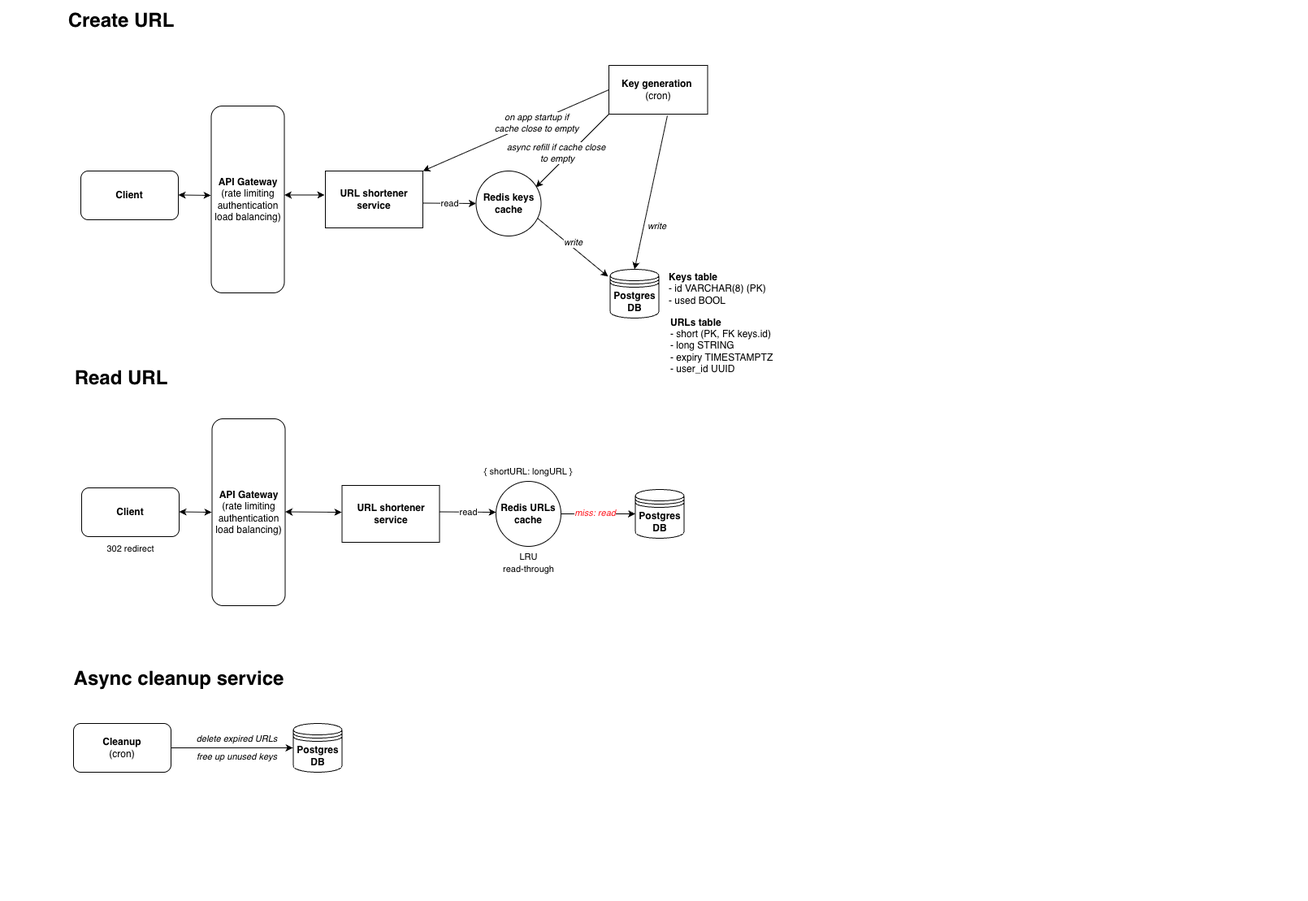
Earlier version of the draw.io export apparchitecture.png (Marie20767/url-shortener). Source tidied: cells renumbered, new cells last; positions are measured from the earlier drawing's top-left corner, leaving out a move shared by most shapes.
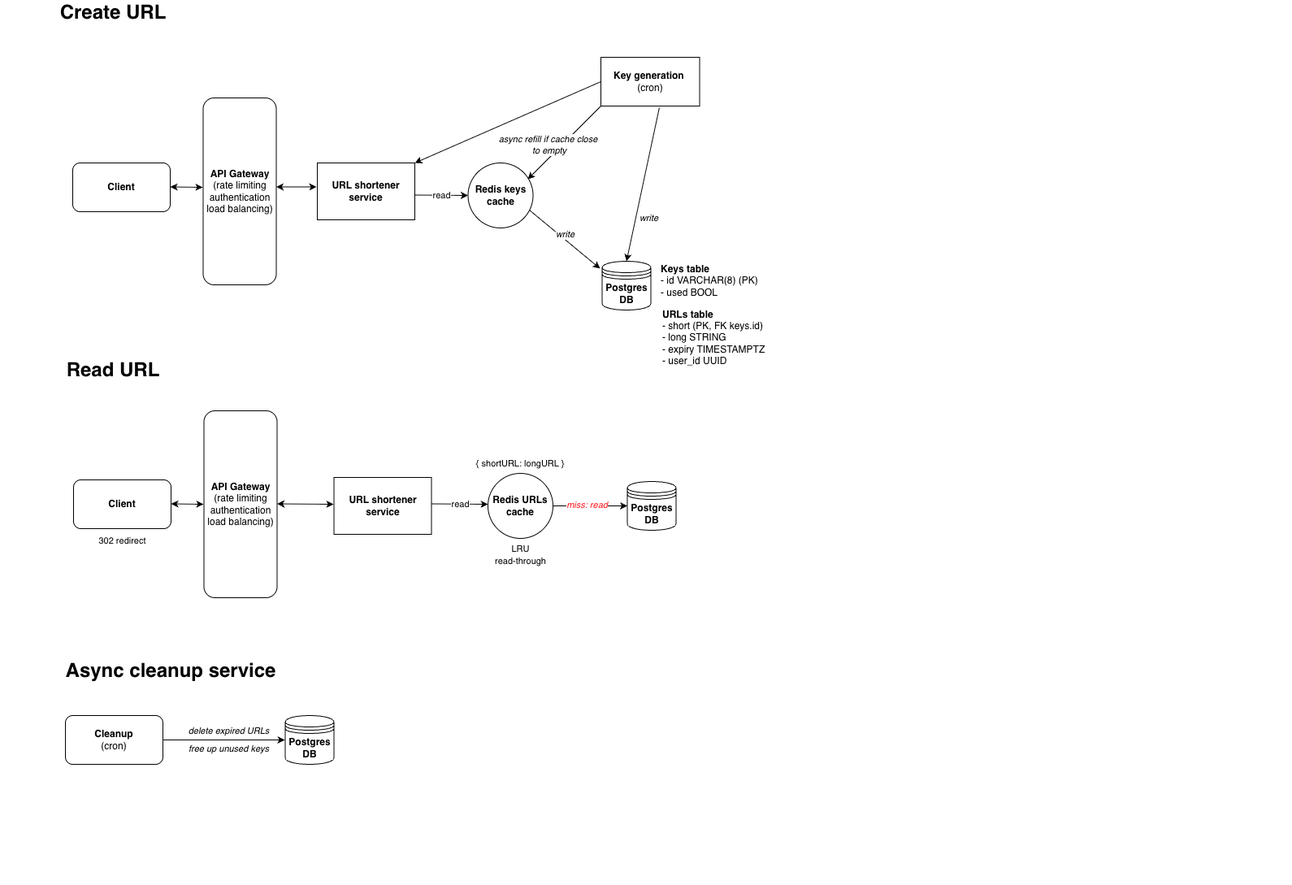
The same diagram one commit later.

Commit message:
Updated README and architecture diagram

Diff of the diagram source:
```diff
@@ -100,11 +100,6 @@
         <mxPoint x="740" y="100" as="sourcePoint" />
       </mxGeometry>
     </mxCell>
-    <mxCell id="27" value="&lt;i&gt;on app startup if &lt;br&gt;cache close to empty&lt;/i&gt;" style="edgeLabel;html=1;align=center;verticalAlign=middle;" parent="26" vertex="1">
-      <mxGeometry relative="1" as="geometry">
-        <mxPoint x="25" y="-10" as="offset" />
-      </mxGeometry>
-    </mxCell>
     <mxCell id="28" value="&lt;b&gt;Client&lt;/b&gt;" style="rounded=1;whiteSpace=wrap;html=1;" parent="1" vertex="1">
       <mxGeometry x="90" y="200" width="120" height="60" as="geometry" />
     </mxCell>
```
